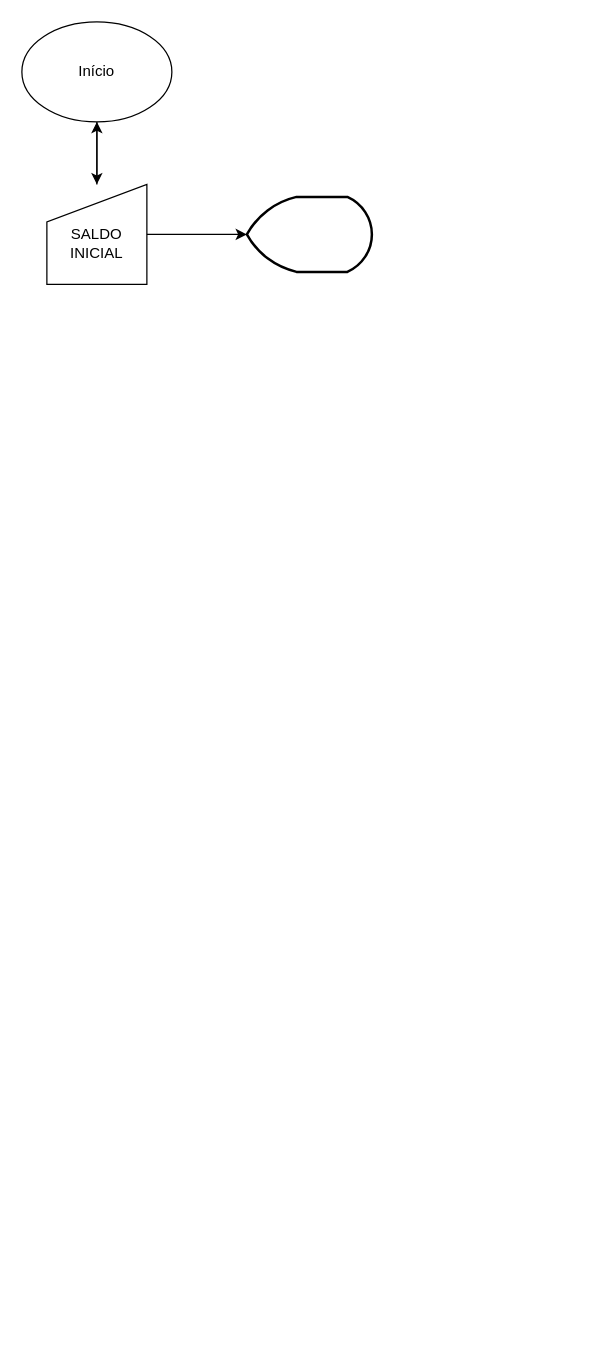
The draw.io diagram Diagrama de Controle de Peças.drawio in ramon-negreiros/fluxogramas, before the edit. Source tidied: cells renumbered, new cells numbered last; positions are measured from the earlier drawing's top-left corner, leaving out a move shared by most shapes. Both pictures are drawn from the tidied source at 125%, with x=0, y=0 at pixel (21, 21).
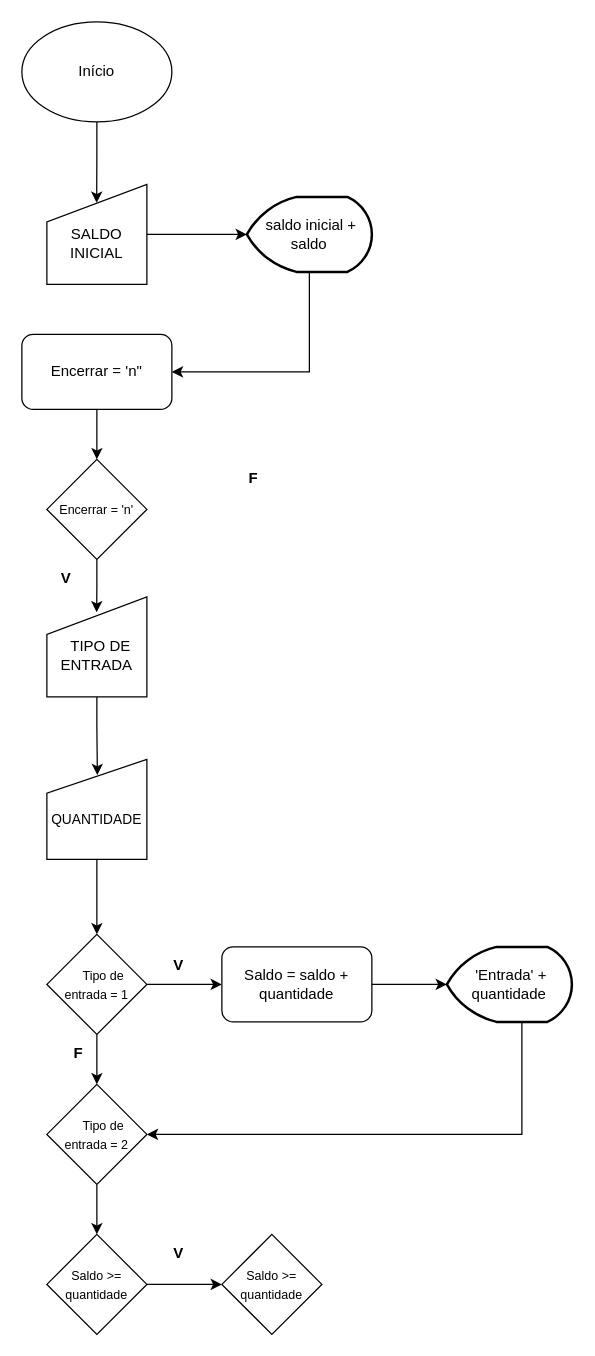
Above is the later version.

Unchanged cells that the change refers to:
```xml
<mxCell id="3" value="Início" style="ellipse;whiteSpace=wrap;html=1;" parent="1" vertex="1">
  <mxGeometry width="120" height="80" as="geometry" />
</mxCell>
<mxCell id="5" value="&lt;div&gt;&lt;br&gt;&lt;/div&gt;SALDO INICIAL" style="shape=manualInput;whiteSpace=wrap;html=1;" parent="1" vertex="1">
  <mxGeometry x="20" y="130" width="80" height="80" as="geometry" />
</mxCell>
```

Diff of the diagram source:
```diff
@@
-    <mxCell id="2" style="edgeStyle=orthogonalEdgeStyle;rounded=0;jettySize=auto;html=1;" parent="1" edge="1" source="3" target="5">
-      <mxGeometry relative="1" as="geometry" />
-    </mxCell>
@@
-    <mxCell id="4" style="edgeStyle=orthogonalEdgeStyle;rounded=0;jettySize=auto;html=1;" parent="1" edge="1" source="5" target="3">
-      <mxGeometry relative="1" as="geometry" />
-    </mxCell>
@@
+    <mxCell id="8" style="edgeStyle=orthogonalEdgeStyle;rounded=0;jettySize=auto;html=1;entryX=1;entryY=0.5;entryDx=0;entryDy=0;" parent="1" edge="1" source="6" target="12">
+      <mxGeometry relative="1" as="geometry">
+        <Array as="points">
+          <mxPoint x="230" y="280" />
+        </Array>
+      </mxGeometry>
+    </mxCell>
-    <mxCell id="6" style="strokeWidth=2;html=1;shape=mxgraph.flowchart.display;whiteSpace=wrap;" parent="1" vertex="1">
+    <mxCell id="6" value="&amp;nbsp;saldo inicial + saldo" style="strokeWidth=2;html=1;shape=mxgraph.flowchart.display;whiteSpace=wrap;" parent="1" vertex="1">
       <mxGeometry x="180" y="140" width="100" height="60" as="geometry" />
     </mxCell>
@@
+    <mxCell id="9" value="&lt;font style=&quot;font-size: 10px;&quot;&gt;Encerrar = 'n'&lt;/font&gt;" style="rhombus;whiteSpace=wrap;html=1;" parent="1" vertex="1">
+      <mxGeometry x="20" y="350" width="80" height="80" as="geometry" />
+    </mxCell>
+    <mxCell id="10" value="&amp;nbsp;&amp;nbsp;&lt;div&gt;&amp;nbsp; TIPO DE ENTRADA&lt;/div&gt;" style="shape=manualInput;whiteSpace=wrap;html=1;" parent="1" vertex="1">
+      <mxGeometry x="20" y="460" width="80" height="80" as="geometry" />
+    </mxCell>
+    <mxCell id="11" style="edgeStyle=orthogonalEdgeStyle;rounded=0;jettySize=auto;html=1;entryX=0.5;entryY=0;entryDx=0;entryDy=0;" parent="1" edge="1" source="12" target="9">
+      <mxGeometry relative="1" as="geometry" />
+    </mxCell>
+    <mxCell id="12" value="Encerrar = 'n&quot;" style="rounded=1;whiteSpace=wrap;html=1;" parent="1" vertex="1">
+      <mxGeometry y="250" width="120" height="60" as="geometry" />
+    </mxCell>
+    <mxCell id="13" style="edgeStyle=orthogonalEdgeStyle;rounded=0;jettySize=auto;html=1;entryX=0.498;entryY=0.154;entryDx=0;entryDy=0;entryPerimeter=0;" parent="1" edge="1" source="9" target="10">
+      <mxGeometry relative="1" as="geometry" />
+    </mxCell>
+    <mxCell id="2" style="edgeStyle=orthogonalEdgeStyle;rounded=0;jettySize=auto;html=1;entryX=0.498;entryY=0.185;entryDx=0;entryDy=0;entryPerimeter=0;" parent="1" edge="1" source="3" target="5">
+      <mxGeometry relative="1" as="geometry" />
+    </mxCell>
+    <mxCell id="14" style="edgeStyle=orthogonalEdgeStyle;rounded=0;jettySize=auto;html=1;entryX=0.5;entryY=0;entryDx=0;entryDy=0;" parent="1" edge="1" source="15" target="18">
+      <mxGeometry relative="1" as="geometry" />
+    </mxCell>
+    <mxCell id="15" value="&lt;div&gt;&lt;font style=&quot;font-size: 11px;&quot;&gt;&lt;br&gt;&lt;/font&gt;&lt;/div&gt;&lt;font style=&quot;font-size: 11px;&quot;&gt;QUANTIDADE&lt;/font&gt;" style="shape=manualInput;whiteSpace=wrap;html=1;size=27;" parent="1" vertex="1">
+      <mxGeometry x="20" y="590" width="80" height="80" as="geometry" />
+    </mxCell>
+    <mxCell id="16" style="edgeStyle=orthogonalEdgeStyle;rounded=0;jettySize=auto;html=1;entryX=0;entryY=0.5;entryDx=0;entryDy=0;" parent="1" edge="1" source="18" target="19">
+      <mxGeometry relative="1" as="geometry" />
+    </mxCell>
+    <mxCell id="17" style="edgeStyle=orthogonalEdgeStyle;rounded=0;jettySize=auto;html=1;entryX=0.5;entryY=0;entryDx=0;entryDy=0;" parent="1" edge="1" source="18" target="24">
+      <mxGeometry relative="1" as="geometry" />
+    </mxCell>
+    <mxCell id="18" value="&lt;span style=&quot;font-size: 10px;&quot;&gt;&amp;nbsp; &amp;nbsp; Tipo de entrada = 1&lt;/span&gt;" style="rhombus;whiteSpace=wrap;html=1;" parent="1" vertex="1">
+      <mxGeometry x="20" y="730" width="80" height="80" as="geometry" />
+    </mxCell>
+    <mxCell id="19" value="Saldo = saldo + quantidade" style="rounded=1;whiteSpace=wrap;html=1;" parent="1" vertex="1">
+      <mxGeometry x="160" y="740" width="120" height="60" as="geometry" />
+    </mxCell>
+    <mxCell id="20" style="edgeStyle=orthogonalEdgeStyle;rounded=0;jettySize=auto;html=1;entryX=1;entryY=0.5;entryDx=0;entryDy=0;" parent="1" edge="1" source="21" target="24">
+      <mxGeometry relative="1" as="geometry">
+        <Array as="points">
+          <mxPoint x="400" y="890" />
+        </Array>
+      </mxGeometry>
+    </mxCell>
+    <mxCell id="21" value="&amp;nbsp;'Entrada' + quantidade" style="strokeWidth=2;html=1;shape=mxgraph.flowchart.display;whiteSpace=wrap;" parent="1" vertex="1">
+      <mxGeometry x="340" y="740" width="100" height="60" as="geometry" />
+    </mxCell>
+    <mxCell id="22" style="edgeStyle=orthogonalEdgeStyle;rounded=0;jettySize=auto;html=1;entryX=0;entryY=0.5;entryDx=0;entryDy=0;entryPerimeter=0;" parent="1" edge="1" source="19" target="21">
+      <mxGeometry relative="1" as="geometry" />
+    </mxCell>
+    <mxCell id="23" style="edgeStyle=orthogonalEdgeStyle;rounded=0;jettySize=auto;html=1;entryX=0.5;entryY=0;entryDx=0;entryDy=0;" parent="1" edge="1" source="24" target="28">
+      <mxGeometry relative="1" as="geometry" />
+    </mxCell>
+    <mxCell id="24" value="&lt;span style=&quot;font-size: 10px;&quot;&gt;&amp;nbsp; &amp;nbsp; Tipo de entrada = 2&lt;/span&gt;" style="rhombus;whiteSpace=wrap;html=1;" parent="1" vertex="1">
+      <mxGeometry x="20" y="850" width="80" height="80" as="geometry" />
+    </mxCell>
+    <mxCell id="25" value="V" style="text;html=1;align=center;verticalAlign=middle;strokeColor=none;fillColor=none;fontStyle=1;" parent="1" vertex="1">
+      <mxGeometry x="110" y="740" width="30" height="30" as="geometry" />
+    </mxCell>
+    <mxCell id="26" value="F" style="text;html=1;align=center;verticalAlign=middle;strokeColor=none;fillColor=none;fontStyle=1;" parent="1" vertex="1">
+      <mxGeometry x="30" y="810" width="30" height="30" as="geometry" />
+    </mxCell>
+    <mxCell id="27" style="edgeStyle=orthogonalEdgeStyle;rounded=0;jettySize=auto;html=1;entryX=0;entryY=0.5;entryDx=0;entryDy=0;" parent="1" edge="1" source="28" target="30">
+      <mxGeometry relative="1" as="geometry" />
+    </mxCell>
+    <mxCell id="28" value="&lt;span style=&quot;font-size: 10px;&quot;&gt;Saldo &amp;gt;= quantidade&lt;/span&gt;" style="rhombus;whiteSpace=wrap;html=1;" parent="1" vertex="1">
+      <mxGeometry x="20" y="970" width="80" height="80" as="geometry" />
+    </mxCell>
+    <mxCell id="29" value="V" style="text;html=1;align=center;verticalAlign=middle;strokeColor=none;fillColor=none;fontStyle=1;" parent="1" vertex="1">
+      <mxGeometry x="110" y="970" width="30" height="30" as="geometry" />
+    </mxCell>
+    <mxCell id="30" value="&lt;span style=&quot;font-size: 10px;&quot;&gt;Saldo &amp;gt;= quantidade&lt;/span&gt;" style="rhombus;whiteSpace=wrap;html=1;" parent="1" vertex="1">
+      <mxGeometry x="160" y="970" width="80" height="80" as="geometry" />
+    </mxCell>
+    <mxCell id="31" value="F" style="text;html=1;align=center;verticalAlign=middle;strokeColor=none;fillColor=none;fontStyle=1;" parent="1" vertex="1">
+      <mxGeometry x="170" y="350" width="30" height="30" as="geometry" />
+    </mxCell>
+    <mxCell id="32" value="V" style="text;html=1;align=center;verticalAlign=middle;strokeColor=none;fillColor=none;fontStyle=1;" parent="1" vertex="1">
+      <mxGeometry x="20" y="430" width="30" height="30" as="geometry" />
+    </mxCell>
+    <mxCell id="33" style="edgeStyle=orthogonalEdgeStyle;rounded=0;jettySize=auto;html=1;entryX=0.505;entryY=0.157;entryDx=0;entryDy=0;entryPerimeter=0;" parent="1" edge="1" source="10" target="15">
+      <mxGeometry relative="1" as="geometry" />
+    </mxCell>
```
